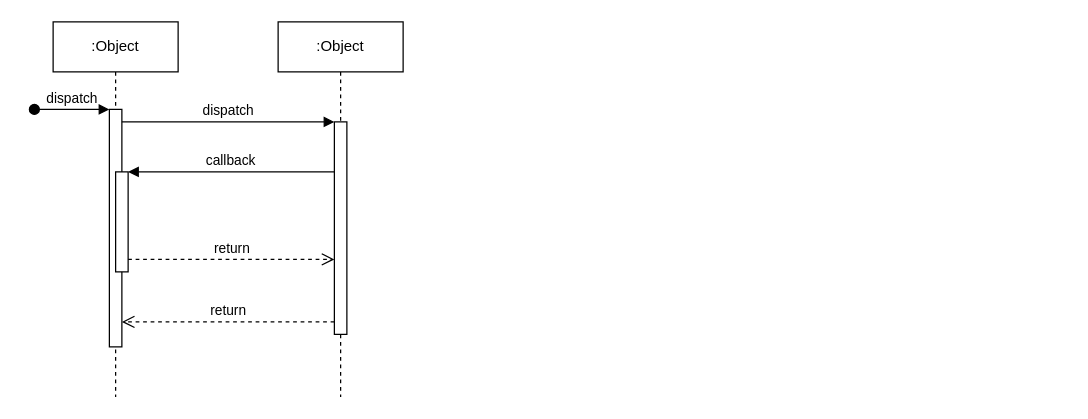
Earlier version of the draw.io diagram page "重接入" (1 of 2) of import.drawio (healer001807/Test). Source tidied: cells renumbered, new cells numbered last; positions are measured from the earlier drawing's top-left corner, leaving out a move shared by most shapes. Both pictures are drawn from the tidied source at 125%, with x=0, y=0 at pixel (34, 21).
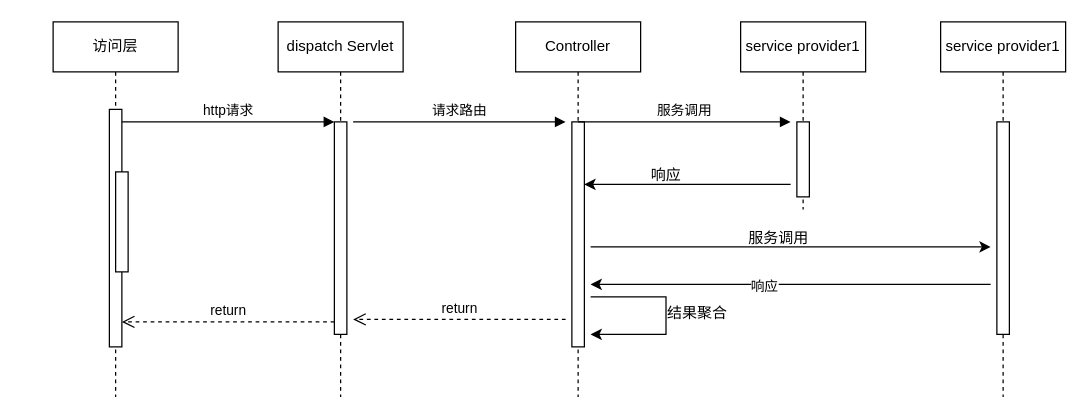
The same page after the edit.

The change refers to these unchanged cells:
```xml
<mxCell id="3" style="html=1;points=[];perimeter=orthogonalPerimeter;outlineConnect=0;targetShapes=umlLifeline;portConstraint=eastwest;newEdgeStyle={&quot;edgeStyle&quot;:&quot;elbowEdgeStyle&quot;,&quot;elbow&quot;:&quot;vertical&quot;,&quot;curved&quot;:0,&quot;rounded&quot;:0};" parent="2" vertex="1">
  <mxGeometry x="45" y="70" width="10" height="190" as="geometry" />
</mxCell>
<mxCell id="5" style="html=1;points=[];perimeter=orthogonalPerimeter;outlineConnect=0;targetShapes=umlLifeline;portConstraint=eastwest;newEdgeStyle={&quot;edgeStyle&quot;:&quot;elbowEdgeStyle&quot;,&quot;elbow&quot;:&quot;vertical&quot;,&quot;curved&quot;:0,&quot;rounded&quot;:0};" parent="2" vertex="1">
  <mxGeometry x="50" y="120" width="10" height="80" as="geometry" />
</mxCell>
<mxCell id="7" style="html=1;points=[];perimeter=orthogonalPerimeter;outlineConnect=0;targetShapes=umlLifeline;portConstraint=eastwest;newEdgeStyle={&quot;edgeStyle&quot;:&quot;elbowEdgeStyle&quot;,&quot;elbow&quot;:&quot;vertical&quot;,&quot;curved&quot;:0,&quot;rounded&quot;:0};" parent="6" vertex="1">
  <mxGeometry x="45" y="80" width="10" height="170" as="geometry" />
</mxCell>
```

Diff of the diagram source:
```diff
@@
-    <mxCell id="2" value=":Object" style="shape=umlLifeline;perimeter=lifelinePerimeter;whiteSpace=wrap;html=1;newEdgeStyle={&quot;edgeStyle&quot;:&quot;elbowEdgeStyle&quot;,&quot;elbow&quot;:&quot;vertical&quot;,&quot;curved&quot;:0,&quot;rounded&quot;:0};" parent="1" vertex="1">
+    <mxCell id="2" value="访问层" style="shape=umlLifeline;perimeter=lifelinePerimeter;whiteSpace=wrap;html=1;newEdgeStyle={&quot;edgeStyle&quot;:&quot;elbowEdgeStyle&quot;,&quot;elbow&quot;:&quot;vertical&quot;,&quot;curved&quot;:0,&quot;rounded&quot;:0};" parent="1" vertex="1">
       <mxGeometry x="15" width="100" height="300" as="geometry" />
     </mxCell>
@@
-    <mxCell id="4" value="dispatch" style="html=1;verticalAlign=bottom;startArrow=oval;endArrow=block;startSize=8;edgeStyle=elbowEdgeStyle;elbow=vertical;curved=0;rounded=0;" parent="2" edge="1" target="3">
-      <mxGeometry relative="1" as="geometry">
-        <mxPoint x="-15" y="70" as="sourcePoint" />
-      </mxGeometry>
-    </mxCell>
@@
-    <mxCell id="6" value=":Object" style="shape=umlLifeline;perimeter=lifelinePerimeter;whiteSpace=wrap;html=1;newEdgeStyle={&quot;edgeStyle&quot;:&quot;elbowEdgeStyle&quot;,&quot;elbow&quot;:&quot;vertical&quot;,&quot;curved&quot;:0,&quot;rounded&quot;:0};" parent="1" vertex="1">
+    <mxCell id="6" value="dispatch Servlet" style="shape=umlLifeline;perimeter=lifelinePerimeter;whiteSpace=wrap;html=1;newEdgeStyle={&quot;edgeStyle&quot;:&quot;elbowEdgeStyle&quot;,&quot;elbow&quot;:&quot;vertical&quot;,&quot;curved&quot;:0,&quot;rounded&quot;:0};" parent="1" vertex="1">
       <mxGeometry x="195" width="100" height="300" as="geometry" />
     </mxCell>
@@
-    <mxCell id="8" value="dispatch" style="html=1;verticalAlign=bottom;endArrow=block;edgeStyle=elbowEdgeStyle;elbow=vertical;curved=0;rounded=0;" parent="1" edge="1" source="3" target="7">
+    <mxCell id="8" value="http请求" style="html=1;verticalAlign=bottom;endArrow=block;edgeStyle=elbowEdgeStyle;elbow=vertical;curved=0;rounded=0;" parent="1" edge="1" source="3" target="7">
       <mxGeometry relative="1" as="geometry">
         <Array as="points">
           <mxPoint x="155" y="80" />
         </Array>
       </mxGeometry>
     </mxCell>
@@
-    <mxCell id="10" value="callback" style="html=1;verticalAlign=bottom;endArrow=block;edgeStyle=elbowEdgeStyle;elbow=vertical;curved=0;rounded=0;" parent="1" edge="1" source="7" target="5">
-      <mxGeometry relative="1" as="geometry">
-        <Array as="points">
-          <mxPoint x="165" y="120" />
-        </Array>
-      </mxGeometry>
-    </mxCell>
+    <mxCell id="12" value="Controller" style="shape=umlLifeline;perimeter=lifelinePerimeter;whiteSpace=wrap;html=1;newEdgeStyle={&quot;edgeStyle&quot;:&quot;elbowEdgeStyle&quot;,&quot;elbow&quot;:&quot;vertical&quot;,&quot;curved&quot;:0,&quot;rounded&quot;:0};" parent="1" vertex="1">
+      <mxGeometry x="385" width="100" height="300" as="geometry" />
+    </mxCell>
+    <mxCell id="13" style="html=1;points=[];perimeter=orthogonalPerimeter;outlineConnect=0;targetShapes=umlLifeline;portConstraint=eastwest;newEdgeStyle={&quot;edgeStyle&quot;:&quot;elbowEdgeStyle&quot;,&quot;elbow&quot;:&quot;vertical&quot;,&quot;curved&quot;:0,&quot;rounded&quot;:0};" parent="12" vertex="1">
+      <mxGeometry x="45" y="80" width="10" height="180" as="geometry" />
+    </mxCell>
+    <mxCell id="14" value="请求路由" style="html=1;verticalAlign=bottom;endArrow=block;edgeStyle=elbowEdgeStyle;elbow=vertical;curved=0;rounded=0;" parent="1" edge="1">
+      <mxGeometry relative="1" as="geometry">
+        <mxPoint x="255" y="80" as="sourcePoint" />
+        <mxPoint x="425" y="80" as="targetPoint" />
+        <Array as="points">
+          <mxPoint x="340" y="80" />
+        </Array>
+      </mxGeometry>
+    </mxCell>
+    <mxCell id="15" value="service provider1" style="shape=umlLifeline;perimeter=lifelinePerimeter;whiteSpace=wrap;html=1;newEdgeStyle={&quot;edgeStyle&quot;:&quot;elbowEdgeStyle&quot;,&quot;elbow&quot;:&quot;vertical&quot;,&quot;curved&quot;:0,&quot;rounded&quot;:0};" parent="1" vertex="1">
+      <mxGeometry x="565" width="100" height="150" as="geometry" />
+    </mxCell>
+    <mxCell id="16" style="html=1;perimeter=orthogonalPerimeter;targetShapes=umlLifeline;newEdgeStyle={&quot;edgeStyle&quot;:&quot;elbowEdgeStyle&quot;,&quot;elbow&quot;:&quot;vertical&quot;,&quot;curved&quot;:0,&quot;rounded&quot;:0};" parent="15" vertex="1">
+      <mxGeometry x="45" y="80" width="10" height="60" as="geometry" />
+    </mxCell>
+    <mxCell id="17" value="服务调用" style="html=1;verticalAlign=bottom;endArrow=block;edgeStyle=elbowEdgeStyle;elbow=vertical;curved=0;rounded=0;" parent="1" edge="1">
+      <mxGeometry relative="1" as="geometry">
+        <mxPoint x="435" y="80" as="sourcePoint" />
+        <mxPoint x="605" y="80" as="targetPoint" />
+        <Array as="points">
+          <mxPoint x="520" y="80" />
+        </Array>
+      </mxGeometry>
+    </mxCell>
+    <mxCell id="18" style="endArrow=classic;html=1;rounded=0;" parent="1" edge="1" target="13">
+      <mxGeometry relative="1" as="geometry">
+        <mxPoint x="605" y="130" as="sourcePoint" />
+        <Array as="points">
+          <mxPoint x="445" y="130" />
+        </Array>
+      </mxGeometry>
+    </mxCell>
+    <mxCell id="19" value="service provider1" style="shape=umlLifeline;perimeter=lifelinePerimeter;whiteSpace=wrap;html=1;newEdgeStyle={&quot;edgeStyle&quot;:&quot;elbowEdgeStyle&quot;,&quot;elbow&quot;:&quot;vertical&quot;,&quot;curved&quot;:0,&quot;rounded&quot;:0};" parent="1" vertex="1">
+      <mxGeometry x="725" width="100" height="300" as="geometry" />
+    </mxCell>
+    <mxCell id="20" style="html=1;perimeter=orthogonalPerimeter;targetShapes=umlLifeline;newEdgeStyle={&quot;edgeStyle&quot;:&quot;elbowEdgeStyle&quot;,&quot;elbow&quot;:&quot;vertical&quot;,&quot;curved&quot;:0,&quot;rounded&quot;:0};" parent="19" vertex="1">
+      <mxGeometry x="45" y="80" width="10" height="170" as="geometry" />
+    </mxCell>
+    <mxCell id="21" style="endArrow=classic;html=1;rounded=0;" parent="1" edge="1">
+      <mxGeometry relative="1" as="geometry">
+        <mxPoint x="445" y="180" as="sourcePoint" />
+        <mxPoint x="765" y="180" as="targetPoint" />
+        <Array as="points">
+          <mxPoint x="505" y="180" />
+        </Array>
+      </mxGeometry>
+    </mxCell>
+    <mxCell id="22" value="服务调用" style="text;html=1;align=center;verticalAlign=middle;strokeColor=none;fillColor=none;" parent="1" vertex="1">
+      <mxGeometry x="560" y="158" width="70" height="30" as="geometry" />
+    </mxCell>
+    <mxCell id="23" value="响应" style="text;html=1;align=center;verticalAlign=middle;strokeColor=none;fillColor=none;" parent="1" vertex="1">
+      <mxGeometry x="480" y="108" width="50" height="30" as="geometry" />
+    </mxCell>
+    <mxCell id="24" style="endArrow=classic;html=1;rounded=0;" parent="1" edge="1">
+      <mxGeometry relative="1" as="geometry">
+        <mxPoint x="765" y="210" as="sourcePoint" />
+        <mxPoint x="445" y="210" as="targetPoint" />
+        <Array as="points">
+          <mxPoint x="450" y="210" />
+        </Array>
+      </mxGeometry>
+    </mxCell>
+    <mxCell id="25" value="响应" style="edgeLabel;html=1;align=center;verticalAlign=middle;" parent="24" vertex="1">
+      <mxGeometry x="0.14" y="1" relative="1" as="geometry" />
+    </mxCell>
+    <mxCell id="26" style="endArrow=classic;html=1;rounded=0;" parent="1" edge="1">
+      <mxGeometry relative="1" as="geometry">
+        <mxPoint x="445" y="220" as="sourcePoint" />
+        <mxPoint x="445" y="250" as="targetPoint" />
+        <Array as="points">
+          <mxPoint x="505.3" y="220" />
+          <mxPoint x="505.3" y="250" />
+        </Array>
+      </mxGeometry>
+    </mxCell>
+    <mxCell id="27" value="结果聚合" style="text;html=1;align=center;verticalAlign=middle;strokeColor=none;fillColor=none;" parent="1" vertex="1">
+      <mxGeometry x="495" y="218" width="70" height="30" as="geometry" />
+    </mxCell>
-    <mxCell id="11" value="return" style="html=1;verticalAlign=bottom;endArrow=open;dashed=1;endSize=8;edgeStyle=elbowEdgeStyle;elbow=vertical;curved=0;rounded=0;" parent="1" edge="1" source="5" target="7">
+    <mxCell id="11" value="return" style="html=1;verticalAlign=bottom;endArrow=open;dashed=1;endSize=8;edgeStyle=elbowEdgeStyle;elbow=vertical;curved=0;rounded=0;" parent="1" edge="1">
       <mxGeometry relative="1" as="geometry">
+        <mxPoint x="425" y="238" as="sourcePoint" />
+        <mxPoint x="255" y="238" as="targetPoint" />
         <Array as="points">
-          <mxPoint x="155" y="190" />
+          <mxPoint x="350" y="238" />
         </Array>
       </mxGeometry>
     </mxCell>
```
